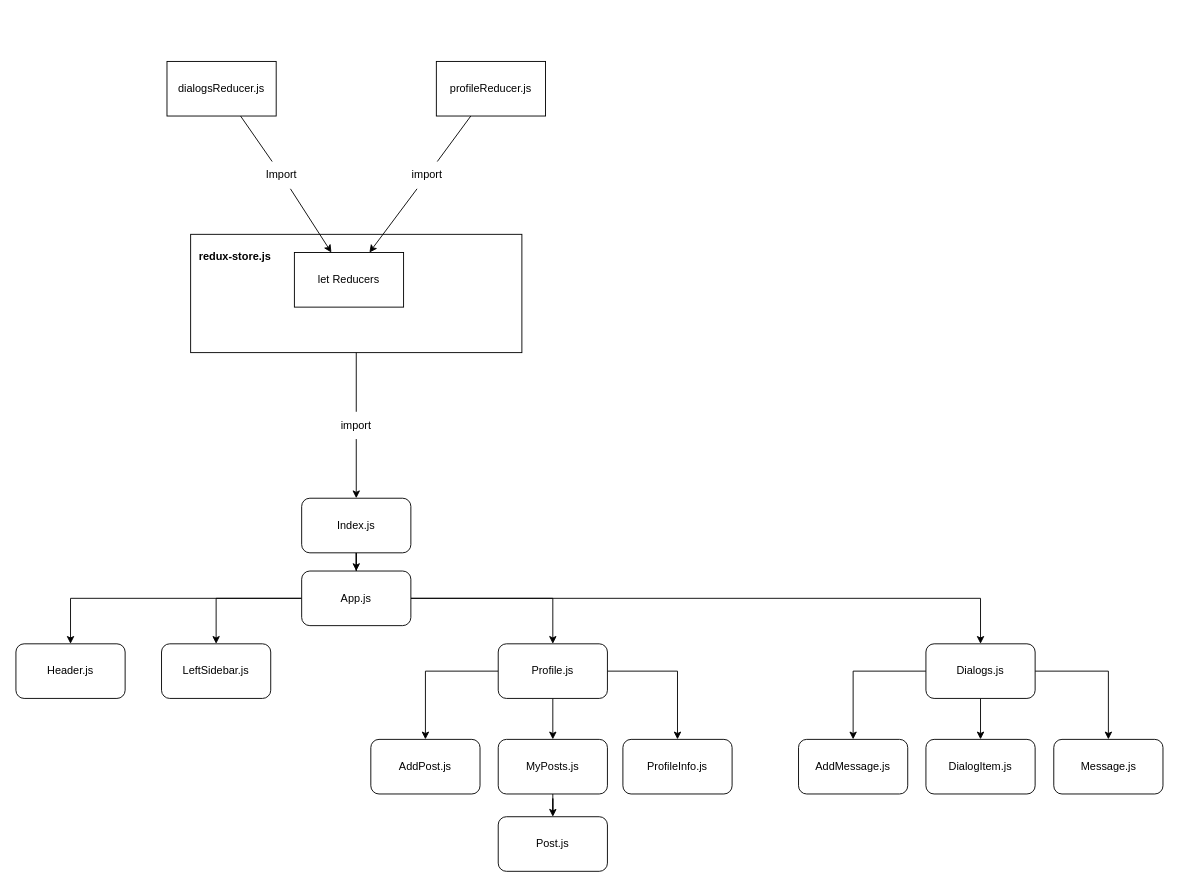
The draw.io diagram React-components tree.drawio in ayratkin/react-social-network, before the edit. Source tidied: cells renumbered, new cells numbered last; positions are measured from the earlier drawing's top-left corner, leaving out a move shared by most shapes. Both pictures are drawn from the tidied source at 91%, with x=0, y=0 at pixel (15, 61).
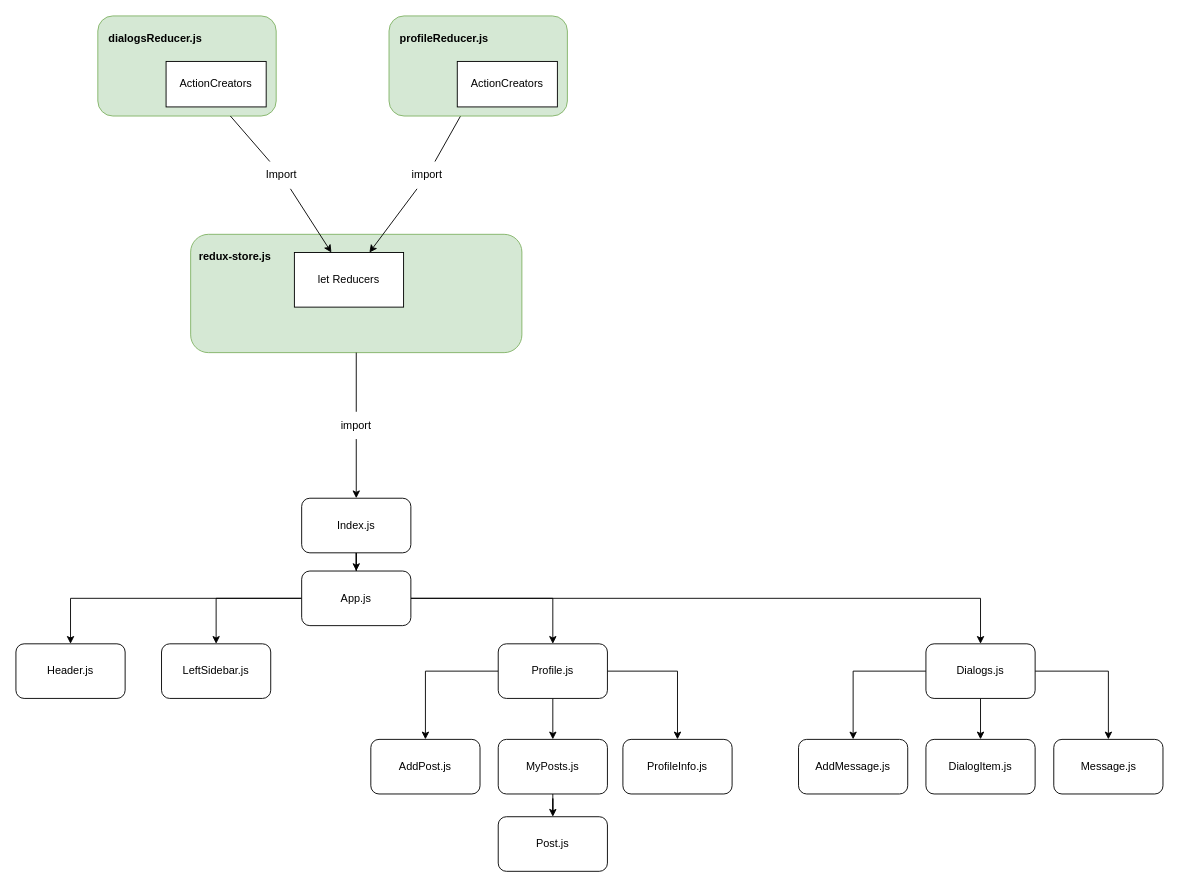
The same page after the edit.

Unchanged cells that the change refers to:
```xml
<mxCell id="36" value="import" style="text;html=1;strokeColor=none;fillColor=none;align=center;verticalAlign=middle;whiteSpace=wrap;rounded=0;" parent="1" vertex="1">
  <mxGeometry x="422" y="110" width="60" height="30" as="geometry" />
</mxCell>
```

What changed in the source:
```diff
@@
-    <mxCell id="27" value="profileReducer.js" style="rounded=0;whiteSpace=wrap;html=1;" parent="1" vertex="1">
-      <mxGeometry x="462" width="120" height="60" as="geometry" />
-    </mxCell>
-    <mxCell id="28" style="endArrow=none;html=1;rounded=0;" parent="1" edge="1" source="27" target="36">
-      <mxGeometry relative="1" as="geometry" />
+    <mxCell id="28" style="endArrow=none;html=1;rounded=0;" parent="1" edge="1" target="36">
+      <mxGeometry relative="1" as="geometry">
+        <mxPoint x="488.6" y="60" as="sourcePoint" />
+      </mxGeometry>
     </mxCell>
@@
-    <mxCell id="30" style="rounded=0;whiteSpace=wrap;html=1;" parent="1" vertex="1">
+    <mxCell id="30" style="rounded=1;whiteSpace=wrap;html=1;fillColor=#d5e8d4;strokeColor=#82b366;" parent="1" vertex="1">
       <mxGeometry x="192" y="190" width="364" height="130" as="geometry" />
     </mxCell>
-    <mxCell id="31" value="dialogsReducer.js" style="rounded=0;whiteSpace=wrap;html=1;" parent="1" vertex="1">
-      <mxGeometry x="166" width="120" height="60" as="geometry" />
+    <mxCell id="31" style="rounded=1;whiteSpace=wrap;html=1;fillColor=#d5e8d4;strokeColor=#82b366;" parent="1" vertex="1">
+      <mxGeometry x="90" y="-50" width="196" height="110" as="geometry" />
     </mxCell>
@@
+    <mxCell id="41" value="&lt;b&gt;dialogsReducer.js&lt;/b&gt;" style="text;html=1;strokeColor=none;fillColor=none;align=left;verticalAlign=middle;whiteSpace=wrap;rounded=0;" parent="1" vertex="1">
+      <mxGeometry x="100" y="-40" width="160" height="30" as="geometry" />
+    </mxCell>
+    <mxCell id="42" value="ActionCreators" style="rounded=0;whiteSpace=wrap;html=1;" parent="1" vertex="1">
+      <mxGeometry x="165" width="110" height="50" as="geometry" />
+    </mxCell>
+    <mxCell id="43" style="rounded=1;whiteSpace=wrap;html=1;fillColor=#d5e8d4;strokeColor=#82b366;" parent="1" vertex="1">
+      <mxGeometry x="410" y="-50" width="196" height="110" as="geometry" />
+    </mxCell>
+    <mxCell id="27" value="&lt;b&gt;profileReducer.js&lt;/b&gt;" style="text;html=1;strokeColor=none;fillColor=none;align=left;verticalAlign=middle;whiteSpace=wrap;rounded=0;" parent="1" vertex="1">
+      <mxGeometry x="420" y="-40" width="160" height="30" as="geometry" />
+    </mxCell>
+    <mxCell id="44" value="ActionCreators" style="rounded=0;whiteSpace=wrap;html=1;" parent="1" vertex="1">
+      <mxGeometry x="485" width="110" height="50" as="geometry" />
+    </mxCell>
```
